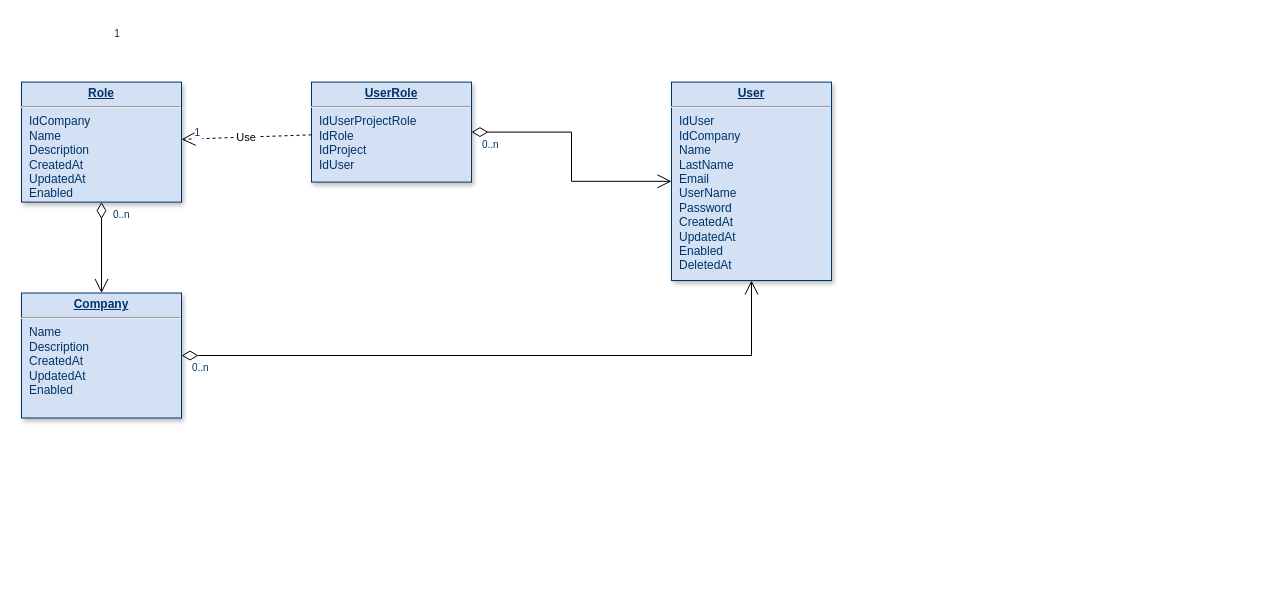
Before: API-base-diagram.drawio in MarcosRCamargo/base-api, a draw.io diagram. Source tidied: cells renumbered, new cells numbered last; positions are measured from the earlier drawing's top-left corner, leaving out a move shared by most shapes. Both pictures are drawn from the tidied source at 100%, with x=0, y=0 at pixel (21, 82).
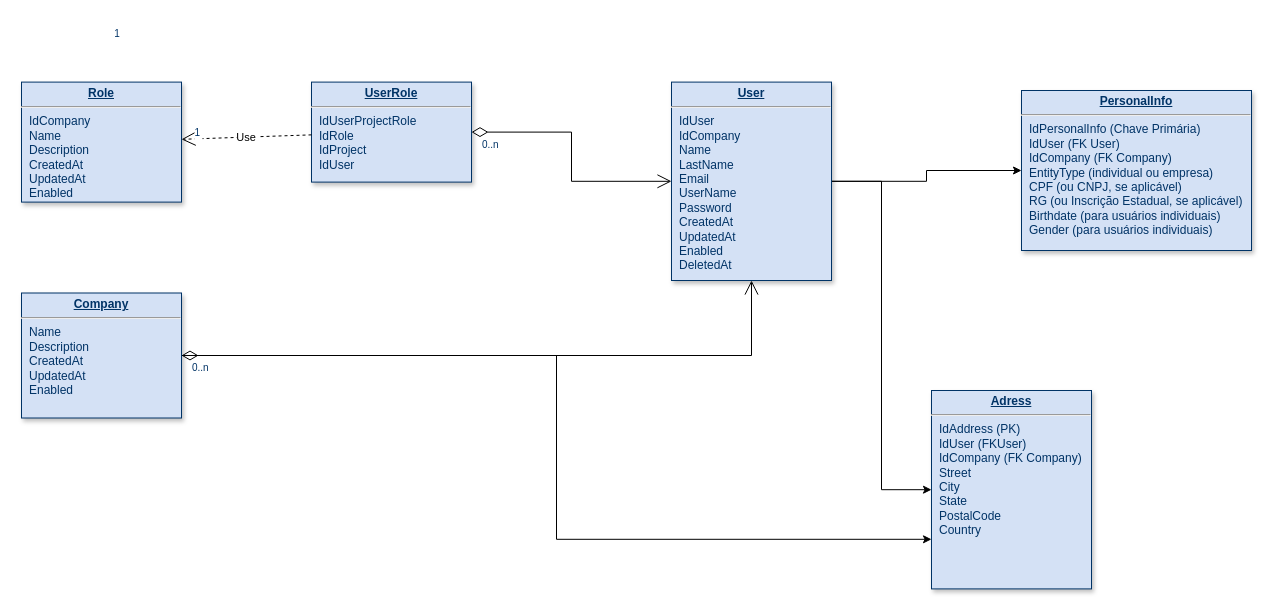
The same page after the edit.

The change refers to these unchanged cells:
```xml
<mxCell id="2" value="&lt;p style=&quot;margin: 0px; margin-top: 4px; text-align: center; text-decoration: underline;&quot;&gt;&lt;strong&gt;Role&lt;/strong&gt;&lt;/p&gt;&lt;hr /&gt;&lt;p style=&quot;margin: 0px; margin-left: 8px;&quot;&gt;IdCompany&lt;br /&gt;Name&lt;/p&gt;&lt;p style=&quot;margin: 0px; margin-left: 8px;&quot;&gt;Description&lt;/p&gt;&lt;p style=&quot;margin: 0px; margin-left: 8px;&quot;&gt;CreatedAt&lt;/p&gt;&lt;p style=&quot;margin: 0px; margin-left: 8px;&quot;&gt;UpdatedAt&lt;/p&gt;&lt;p style=&quot;margin: 0px; margin-left: 8px;&quot;&gt;Enabled&lt;/p&gt;" style="verticalAlign=top;align=left;overflow=fill;fontSize=12;fontFamily=Helvetica;html=1;strokeColor=#003366;shadow=1;fillColor=#D4E1F5;fontColor=#003366;" parent="1" vertex="1">
  <mxGeometry y="-0.4" width="160" height="120" as="geometry" />
</mxCell>
<mxCell id="3" value="&lt;p style=&quot;margin: 0px; margin-top: 4px; text-align: center; text-decoration: underline;&quot;&gt;&lt;strong&gt;Company&lt;/strong&gt;&lt;/p&gt;&lt;hr /&gt;&lt;p style=&quot;margin: 0px; margin-left: 8px;&quot;&gt;Name&lt;/p&gt;&lt;p style=&quot;margin: 0px; margin-left: 8px;&quot;&gt;Description&lt;/p&gt;&lt;p style=&quot;margin: 0px; margin-left: 8px;&quot;&gt;CreatedAt&lt;/p&gt;&lt;p style=&quot;margin: 0px; margin-left: 8px;&quot;&gt;UpdatedAt&lt;/p&gt;&lt;p style=&quot;margin: 0px; margin-left: 8px;&quot;&gt;Enabled&lt;/p&gt;" style="verticalAlign=top;align=left;overflow=fill;fontSize=12;fontFamily=Helvetica;html=1;strokeColor=#003366;shadow=1;fillColor=#D4E1F5;fontColor=#003366;" parent="1" vertex="1">
  <mxGeometry y="210.5" width="160" height="125" as="geometry" />
</mxCell>
<mxCell id="4" value="&lt;p style=&quot;margin: 0px; margin-top: 4px; text-align: center; text-decoration: underline;&quot;&gt;&lt;strong&gt;User&lt;/strong&gt;&lt;/p&gt;&lt;hr&gt;&lt;p style=&quot;margin: 0px; margin-left: 8px;&quot;&gt;IdUser&lt;/p&gt;&lt;p style=&quot;margin: 0px; margin-left: 8px;&quot;&gt;IdCompany&lt;/p&gt;&lt;p style=&quot;margin: 0px; margin-left: 8px;&quot;&gt;Name&lt;/p&gt;&lt;p style=&quot;margin: 0px; margin-left: 8px;&quot;&gt;LastName&lt;/p&gt;&lt;p style=&quot;margin: 0px; margin-left: 8px;&quot;&gt;Email&lt;/p&gt;&lt;p style=&quot;margin: 0px; margin-left: 8px;&quot;&gt;UserName&lt;/p&gt;&lt;p style=&quot;margin: 0px; margin-left: 8px;&quot;&gt;Password&lt;/p&gt;&lt;p style=&quot;margin: 0px; margin-left: 8px;&quot;&gt;CreatedAt&lt;/p&gt;&lt;p style=&quot;margin: 0px; margin-left: 8px;&quot;&gt;UpdatedAt&lt;/p&gt;&lt;p style=&quot;margin: 0px; margin-left: 8px;&quot;&gt;Enabled&lt;/p&gt;&lt;p style=&quot;margin: 0px; margin-left: 8px;&quot;&gt;DeletedAt&lt;/p&gt;" style="verticalAlign=top;align=left;overflow=fill;fontSize=12;fontFamily=Helvetica;html=1;strokeColor=#003366;shadow=1;fillColor=#D4E1F5;fontColor=#003366;" parent="1" vertex="1">
  <mxGeometry x="650" y="-0.4" width="160" height="198.4" as="geometry" />
</mxCell>
```

Change to the diagram source:
```diff
@@
+    <mxCell id="15" style="edgeStyle=orthogonalEdgeStyle;rounded=0;jettySize=auto;html=1;entryX=0;entryY=0.75;entryDx=0;entryDy=0;" parent="1" edge="1" source="3" target="19">
+      <mxGeometry relative="1" as="geometry" />
+    </mxCell>
@@
+    <mxCell id="16" style="edgeStyle=orthogonalEdgeStyle;rounded=0;jettySize=auto;html=1;entryX=0;entryY=0.5;entryDx=0;entryDy=0;" parent="1" edge="1" source="4" target="19">
+      <mxGeometry relative="1" as="geometry" />
+    </mxCell>
+    <mxCell id="17" style="edgeStyle=orthogonalEdgeStyle;rounded=0;jettySize=auto;html=1;" parent="1" edge="1" source="4" target="18">
+      <mxGeometry relative="1" as="geometry" />
+    </mxCell>
@@
-    <mxCell id="6" style="endArrow=open;endSize=12;startArrow=diamondThin;startSize=14;startFill=0;edgeStyle=orthogonalEdgeStyle;" parent="1" edge="1" source="2" target="3">
-      <mxGeometry y="160" as="geometry" />
-    </mxCell>
-    <mxCell id="7" value="0..n" style="align=left;verticalAlign=top;labelBackgroundColor=#ffffff;fontSize=10;strokeColor=#003366;shadow=1;fillColor=#D4E1F5;fontColor=#003366;" parent="6" vertex="1">
-      <mxGeometry x="-1" relative="1" as="geometry">
-        <mxPoint x="10" as="offset" />
-      </mxGeometry>
-    </mxCell>
@@
+    <mxCell id="18" value="&lt;p style=&quot;margin: 4px 0px 0px; text-align: center;&quot;&gt;&lt;b&gt;&lt;u&gt;PersonalInfo&lt;/u&gt;&lt;/b&gt;&lt;br&gt;&lt;/p&gt;&lt;hr&gt;&lt;p style=&quot;margin: 0px; margin-left: 8px;&quot;&gt;IdPersonalInfo (Chave Primária) &lt;br&gt;IdUser (FK User) &lt;br&gt;IdCompany (FK Company)&lt;br&gt;EntityType (individual ou empresa) &lt;br&gt;CPF (ou CNPJ, se aplicável) &lt;br&gt;RG (ou Inscrição Estadual, se aplicável) &lt;br&gt;Birthdate (para usuários individuais) &lt;br&gt;Gender (para usuários individuais)&lt;br&gt;&lt;/p&gt;" style="verticalAlign=top;align=left;overflow=fill;fontSize=12;fontFamily=Helvetica;html=1;strokeColor=#003366;shadow=1;fillColor=#D4E1F5;fontColor=#003366;" parent="1" vertex="1">
+      <mxGeometry x="1000" y="8" width="230" height="160" as="geometry" />
+    </mxCell>
+    <mxCell id="19" value="&lt;p style=&quot;margin: 0px; margin-top: 4px; text-align: center; text-decoration: underline;&quot;&gt;&lt;strong&gt;Adress&lt;/strong&gt;&lt;/p&gt;&lt;hr&gt;&lt;p style=&quot;margin: 0px; margin-left: 8px;&quot;&gt;IdAddress (PK) &lt;br&gt;IdUser (FKUser) &lt;br&gt;IdCompany (FK Company) &lt;br&gt;Street &lt;br&gt;City &lt;br&gt;State &lt;br&gt;PostalCode &lt;br&gt;Country&lt;/p&gt;&lt;p style=&quot;margin: 0px; margin-left: 8px;&quot;&gt;&lt;br&gt;&lt;/p&gt;" style="verticalAlign=top;align=left;overflow=fill;fontSize=12;fontFamily=Helvetica;html=1;strokeColor=#003366;shadow=1;fillColor=#D4E1F5;fontColor=#003366;" parent="1" vertex="1">
+      <mxGeometry x="910" y="308" width="160" height="198.4" as="geometry" />
+    </mxCell>
```
